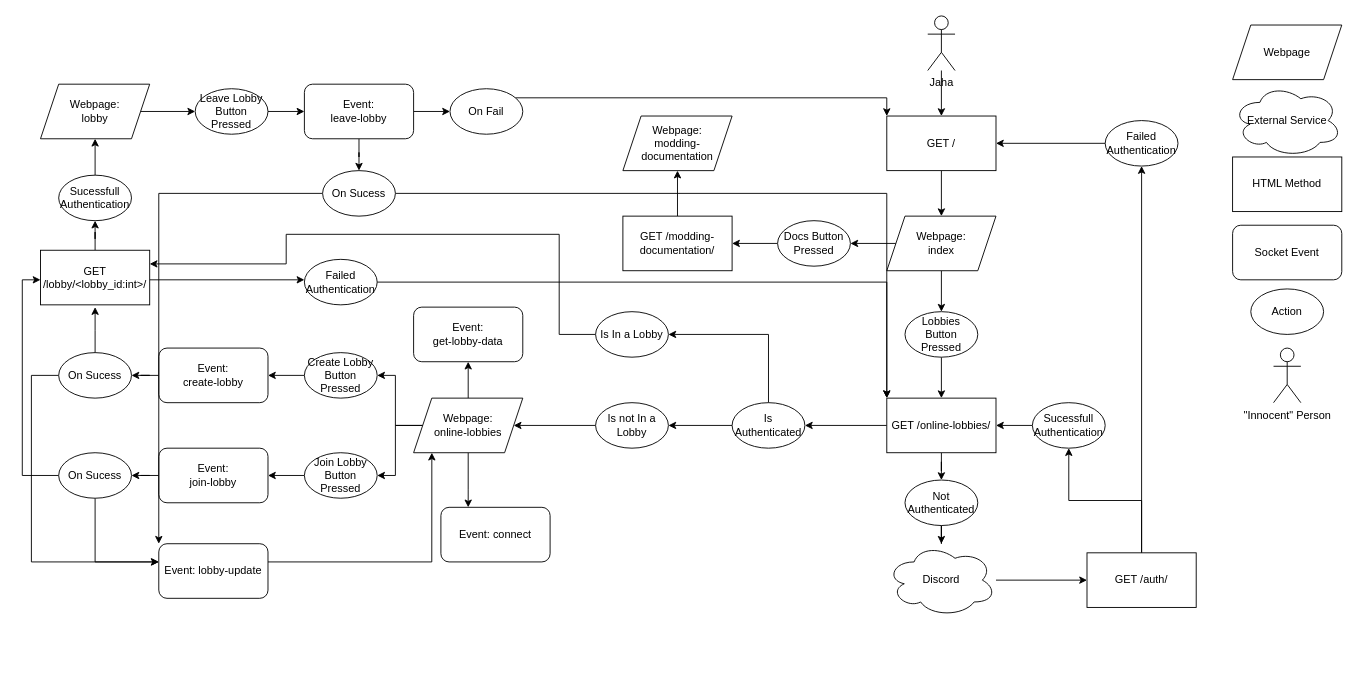
Zancmok/WebHeroes keeps this draw.io diagram as drawio/WebPageLayout.drawio. Above is the earlier version. Source tidied: cells renumbered, new cells numbered last; positions are measured from the earlier drawing's top-left corner, leaving out a move shared by most shapes. Both pictures are drawn from the tidied source at 91%, with x=0, y=0 at pixel (22, 15).
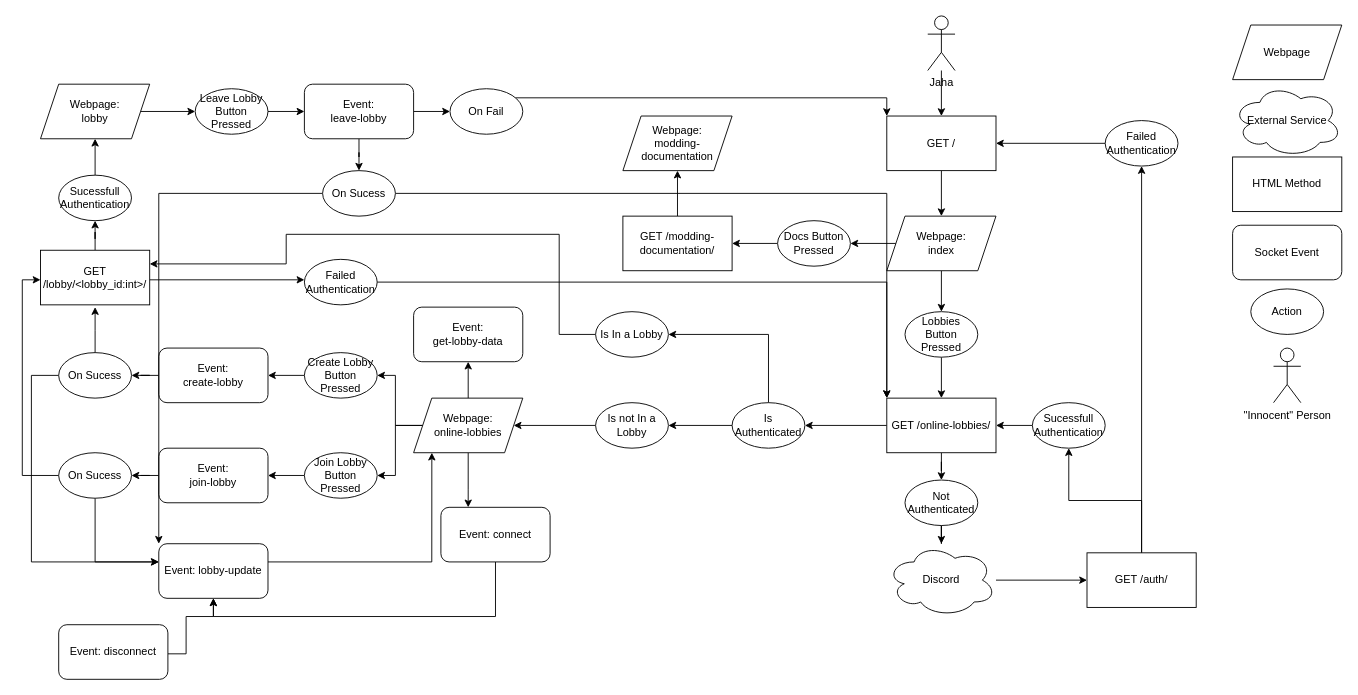
The same diagram, later.

The change refers to these unchanged cells:
```xml
<mxCell id="21" value="Event: connect" style="rounded=1;whiteSpace=wrap;html=1;" parent="1" vertex="1">
  <mxGeometry x="460" y="540" width="120" height="60" as="geometry" />
</mxCell>
<mxCell id="61" value="Event: lobby-update" style="rounded=1;whiteSpace=wrap;html=1;" parent="1" vertex="1">
  <mxGeometry x="150" y="580" width="120" height="60" as="geometry" />
</mxCell>
```

Diff of the diagram source:
```diff
@@
+    <mxCell id="85" style="edgeStyle=orthogonalEdgeStyle;rounded=0;jettySize=auto;html=1;entryX=0.5;entryY=1;entryDx=0;entryDy=0;" parent="1" edge="1" source="21" target="61">
+      <mxGeometry relative="1" as="geometry">
+        <Array as="points">
+          <mxPoint x="520" y="660" />
+          <mxPoint x="210" y="660" />
+        </Array>
+      </mxGeometry>
+    </mxCell>
@@
+    <mxCell id="86" style="edgeStyle=orthogonalEdgeStyle;rounded=0;jettySize=auto;html=1;entryX=0.5;entryY=1;entryDx=0;entryDy=0;" parent="1" edge="1" source="87" target="61">
+      <mxGeometry relative="1" as="geometry">
+        <Array as="points">
+          <mxPoint x="180" y="701" />
+          <mxPoint x="180" y="660" />
+          <mxPoint x="210" y="660" />
+        </Array>
+      </mxGeometry>
+    </mxCell>
+    <mxCell id="87" value="Event: disconnect" style="rounded=1;whiteSpace=wrap;html=1;" parent="1" vertex="1">
+      <mxGeometry x="40" y="669" width="120" height="60" as="geometry" />
+    </mxCell>
```
